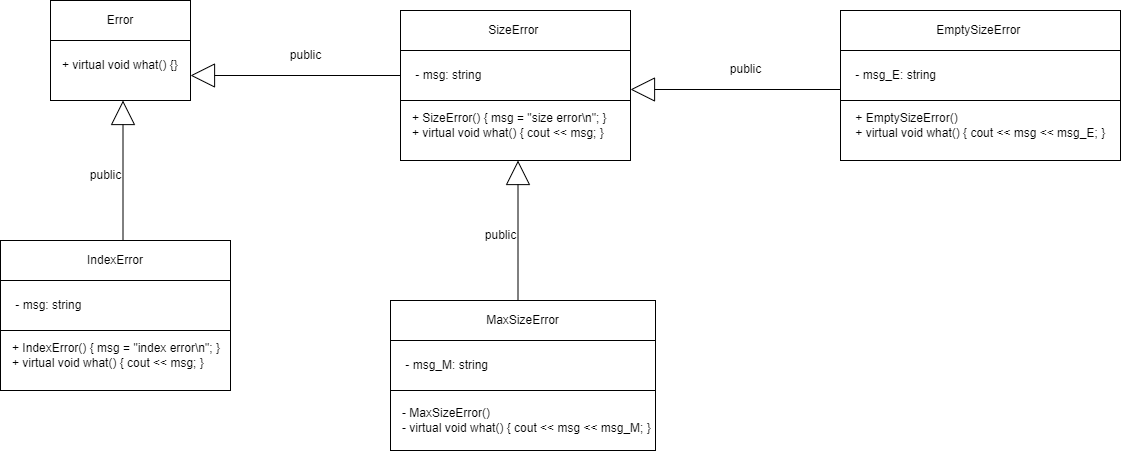
Earlier version of the draw.io export 2 Семестр/Class/Лаба 9/Лаба 9 Классы.png (IlyaFedoseev227/LABS-PNRPU-IVT-22-1b). Source tidied: cells renumbered, new cells last; positions are measured from the earlier drawing's top-left corner, leaving out a move shared by most shapes.
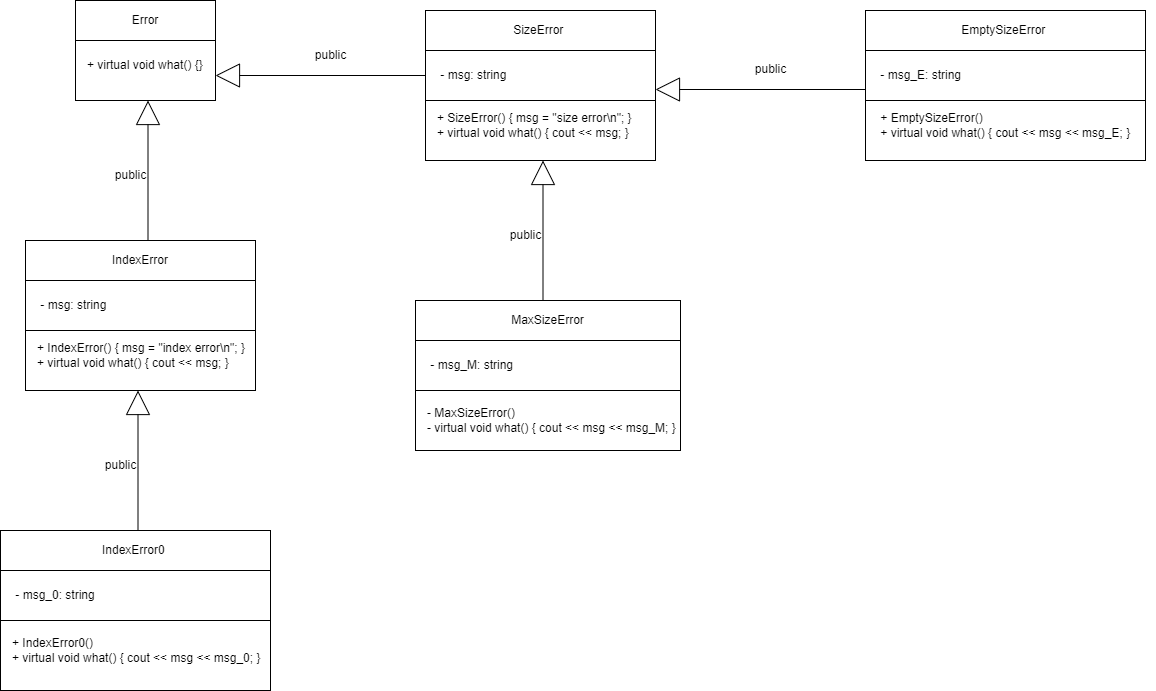
Above is the later version.

The edit, as a diff of the source:
```diff
@@ -104,5 +104,29 @@
     <mxCell id="32" value="public" style="text;html=1;align=center;verticalAlign=middle;strokeColor=none;fillColor=none;" parent="1" vertex="1">
       <mxGeometry x="720" y="54" width="50" height="30" as="geometry" />
     </mxCell>
+    <mxCell id="33" style="rounded=0;whiteSpace=wrap;html=1;" parent="1" vertex="1">
+      <mxGeometry x="-25" y="530" width="270" height="160" as="geometry" />
+    </mxCell>
+    <mxCell id="34" value="IndexError0&amp;nbsp;" style="rounded=0;whiteSpace=wrap;html=1;" parent="1" vertex="1">
+      <mxGeometry x="-25" y="530" width="270" height="40" as="geometry" />
+    </mxCell>
+    <mxCell id="35" value="&lt;div&gt;+ IndexError0()&lt;/div&gt;&lt;div&gt;&lt;span style=&quot;white-space: pre;&quot;&gt;+ &lt;/span&gt;virtual void what() { cout &amp;lt;&amp;lt; msg &amp;lt;&amp;lt; msg_0; }&lt;/div&gt;" style="text;html=1;align=left;verticalAlign=middle;strokeColor=none;fillColor=none;" parent="1" vertex="1">
+      <mxGeometry x="-15" y="630" width="270" height="40" as="geometry" />
+    </mxCell>
+    <mxCell id="36" style="rounded=0;whiteSpace=wrap;html=1;" parent="1" vertex="1">
+      <mxGeometry x="-25" y="570" width="270" height="50" as="geometry" />
+    </mxCell>
+    <mxCell id="37" value="&amp;nbsp;- msg_0: string" style="text;html=1;align=left;verticalAlign=middle;strokeColor=none;fillColor=none;" parent="1" vertex="1">
+      <mxGeometry x="-15" y="580" width="110" height="30" as="geometry" />
+    </mxCell>
+    <mxCell id="38" style="edgeStyle=orthogonalEdgeStyle;rounded=0;orthogonalLoop=1;jettySize=auto;html=1;endArrow=block;endFill=0;strokeWidth=1;endSize=22;exitX=0.5;exitY=0;exitDx=0;exitDy=0;" parent="1" edge="1">
+      <mxGeometry relative="1" as="geometry">
+        <mxPoint x="112.5" y="530" as="sourcePoint" />
+        <mxPoint x="112.5" y="390" as="targetPoint" />
+      </mxGeometry>
+    </mxCell>
+    <mxCell id="39" value="public" style="text;html=1;align=center;verticalAlign=middle;strokeColor=none;fillColor=none;" parent="1" vertex="1">
+      <mxGeometry x="70" y="450" width="50" height="30" as="geometry" />
+    </mxCell>
   </root>
 </mxGraphModel>
```
